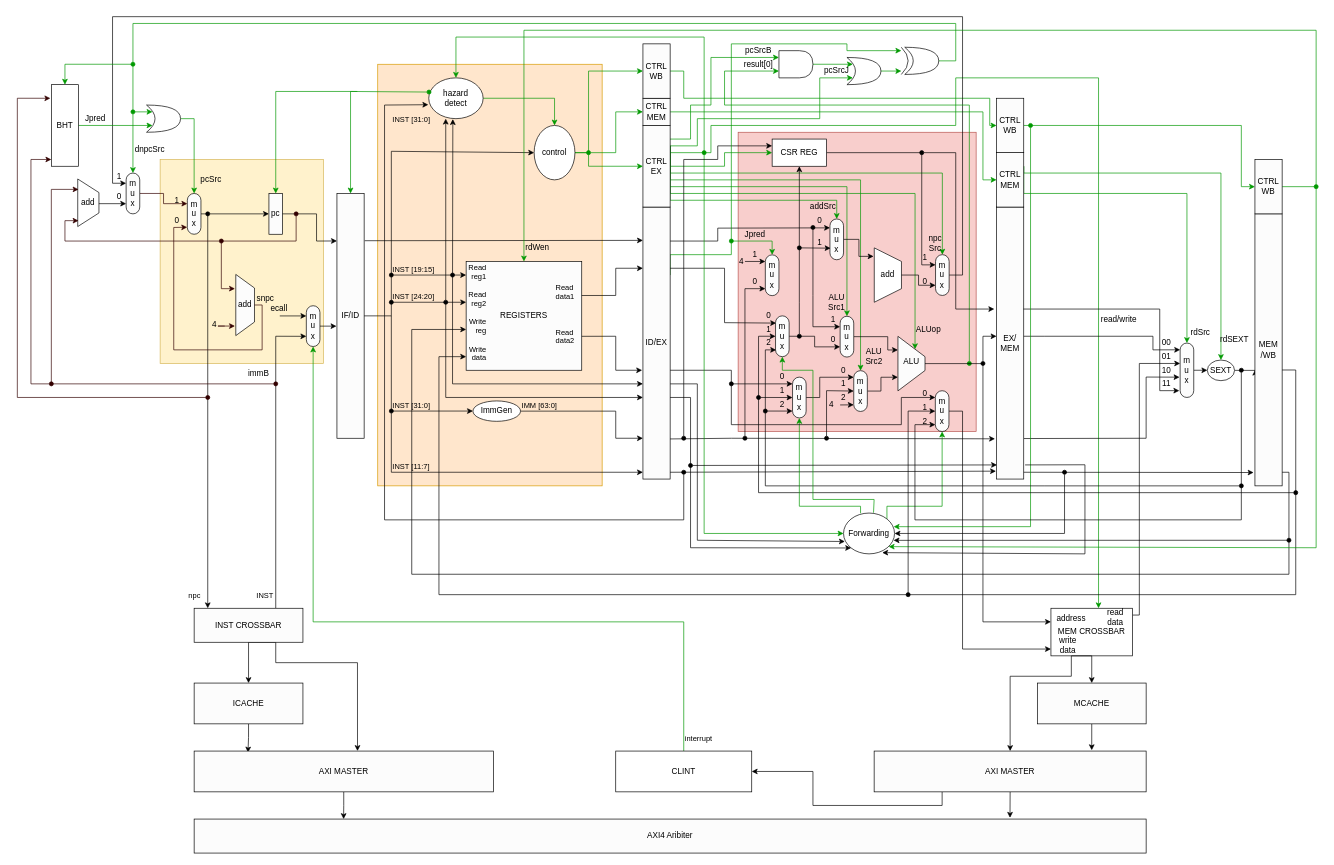
Before: Untitled Diagram.drawio in francisyuu/drawtest, a draw.io diagram. Source tidied: cells renumbered, new cells numbered last; positions are measured from the earlier drawing's top-left corner, leaving out a move shared by most shapes. Both pictures are drawn from the tidied source at 68%, with x=0, y=0 at pixel (17, 16).
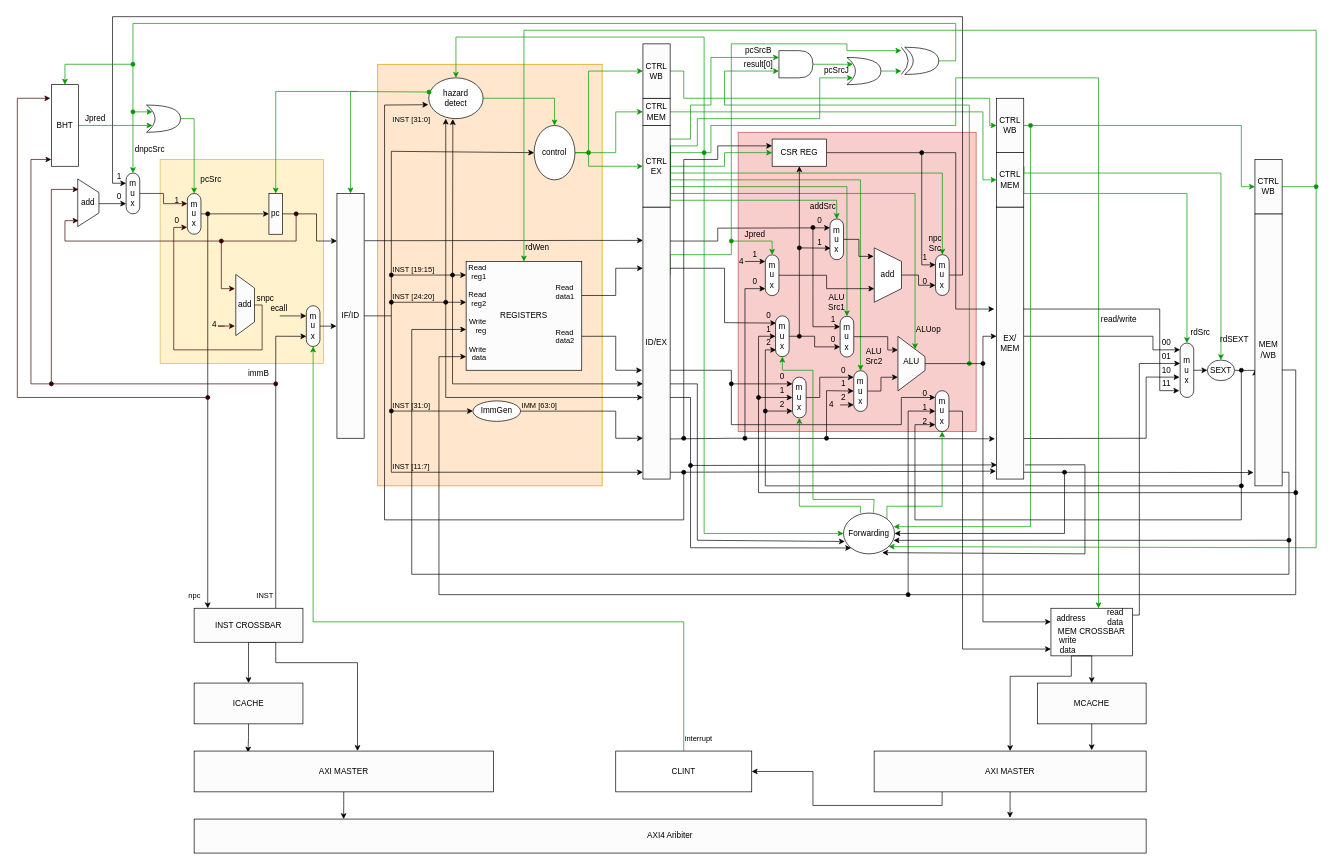
The same page after the edit.

Unchanged cells that the change refers to:
```xml
<mxCell id="112" style="shape=trapezoid;perimeter=trapezoidPerimeter;whiteSpace=wrap;html=1;fixedSize=1;rotation=90;" parent="111" vertex="1">
  <mxGeometry x="-9.8" y="20" width="80" height="40" as="geometry" />
</mxCell>
<mxCell id="215" value="m&lt;br&gt;u&lt;br&gt;x" style="rounded=1;whiteSpace=wrap;html=1;labelBackgroundColor=none;fontColor=default;fillColor=#FCFCFC;arcSize=50;rotation=0;verticalAlign=middle;" parent="1" vertex="1">
  <mxGeometry x="1100" y="350.3" width="20" height="60" as="geometry" />
</mxCell>
```

What changed in the source:
```diff
@@
+    <mxCell id="253" style="edgeStyle=orthogonalEdgeStyle;rounded=0;jettySize=auto;html=1;exitX=1;exitY=0.5;exitDx=0;exitDy=0;entryX=0.75;entryY=1;entryDx=0;entryDy=0;" parent="1" edge="1" source="215" target="112">
+      <mxGeometry relative="1" as="geometry" />
+    </mxCell>
```
